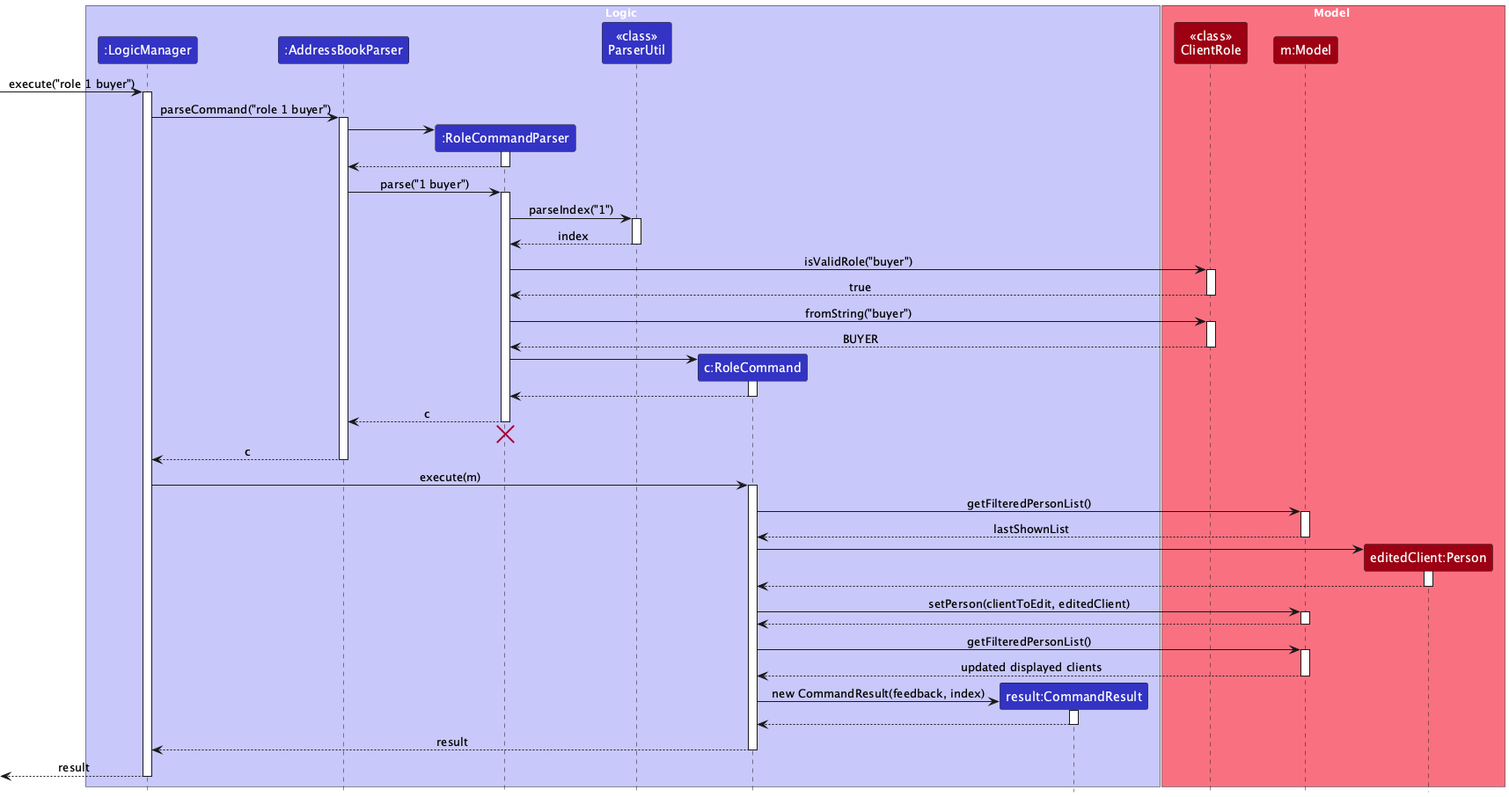
This is docs/images/RoleSequenceDiagram.png from AY2627S1-CS2103T-W09-3/tp, a PlantUML export, as it was before one commit.
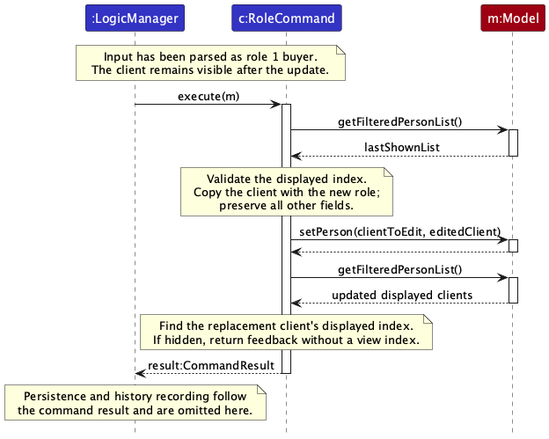
Later version of the same file.

Change to the diagram source:
```diff
@@ -1,109 +1,50 @@
 @startuml
 !include style.puml
 skinparam ArrowFontStyle plain
+skinparam ParticipantFontColor #FFFFFF
 
-box Logic LOGIC_COLOR_T1
-participant ":LogicManager" as LogicManager LOGIC_COLOR
-participant ":AddressBookParser" as AddressBookParser LOGIC_COLOR
-participant ":RoleCommandParser" as RoleCommandParser LOGIC_COLOR
-participant "<<class>>\nParserUtil" as ParserUtil LOGIC_COLOR
-participant "c:RoleCommand" as RoleCommand LOGIC_COLOR
-participant "result:CommandResult" as CommandResult LOGIC_COLOR
-end box
+participant ":LogicManager" as Logic LOGIC_COLOR
+participant "c:RoleCommand" as Command LOGIC_COLOR
+participant "m:Model" as Model MODEL_COLOR
 
-box Model MODEL_COLOR_T1
-participant "<<class>>\nClientRole" as ClientRole MODEL_COLOR
-participant "m:Model" as Model MODEL_COLOR
-participant "editedClient:Person" as Person MODEL_COLOR
-end box
+note over Logic, Command
+Input has been parsed as role 1 buyer.
+The client remains visible after the update.
+end note
 
-[-> LogicManager : execute("role 1 buyer")
-activate LogicManager
-
-LogicManager -> AddressBookParser : parseCommand("role 1 buyer")
-activate AddressBookParser
-
-create RoleCommandParser
-AddressBookParser -> RoleCommandParser
-activate RoleCommandParser
-
-RoleCommandParser --> AddressBookParser
-deactivate RoleCommandParser
-
-AddressBookParser -> RoleCommandParser : parse("1 buyer")
-activate RoleCommandParser
-
-RoleCommandParser -> ParserUtil : parseIndex("1")
-activate ParserUtil
-
-ParserUtil --> RoleCommandParser : index
-deactivate ParserUtil
-
-RoleCommandParser -> ClientRole : isValidRole("buyer")
-activate ClientRole
-
-ClientRole --> RoleCommandParser : true
-deactivate ClientRole
-
-RoleCommandParser -> ClientRole : fromString("buyer")
-activate ClientRole
-
-ClientRole --> RoleCommandParser : BUYER
-deactivate ClientRole
-
-create RoleCommand
-RoleCommandParser -> RoleCommand
-activate RoleCommand
-
-RoleCommand --> RoleCommandParser
-deactivate RoleCommand
-
-RoleCommandParser --> AddressBookParser : c
-deactivate RoleCommandParser
-RoleCommandParser -[hidden]-> AddressBookParser
-destroy RoleCommandParser
-
-AddressBookParser --> LogicManager : c
-deactivate AddressBookParser
-
-LogicManager -> RoleCommand : execute(m)
-activate RoleCommand
-
-RoleCommand -> Model : getFilteredPersonList()
+Logic -> Command : execute(m)
+activate Command
+Command -> Model : getFilteredPersonList()
 activate Model
-
-Model --> RoleCommand : lastShownList
+Model --> Command : lastShownList
 deactivate Model
 
-create Person
-RoleCommand -> Person
-activate Person
+note over Command
+Validate the displayed index.
+Copy the client with the new role;
+preserve all other fields.
+end note
 
-Person --> RoleCommand
-deactivate Person
-
-RoleCommand -> Model : setPerson(clientToEdit, editedClient)
+Command -> Model : setPerson(clientToEdit, editedClient)
 activate Model
-
-Model --> RoleCommand
+Model --> Command
 deactivate Model
 
-RoleCommand -> Model : getFilteredPersonList()
+Command -> Model : getFilteredPersonList()
 activate Model
-
-Model --> RoleCommand : updated displayed clients
+Model --> Command : updated displayed clients
 deactivate Model
 
-create CommandResult
-RoleCommand -> CommandResult : new CommandResult(feedback, index)
-activate CommandResult
+note over Command
+Find the replacement client's displayed index.
+If hidden, return feedback without a view index.
+end note
 
-CommandResult --> RoleCommand
-deactivate CommandResult
+Command --> Logic : result:CommandResult
+deactivate Command
 
-RoleCommand --> LogicManager : result
-deactivate RoleCommand
-
-[<--LogicManager : result
-deactivate LogicManager
+note over Logic
+Persistence and history recording follow
+the command result and are omitted here.
+end note
 @enduml
```
